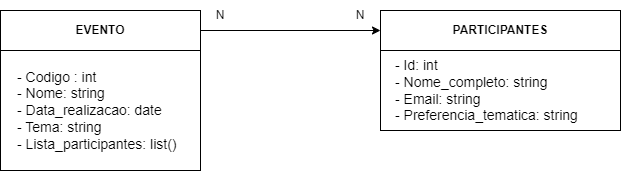
Above: projeto/diagramaClasse.drawio.png in RaianyMendesIF/algoritmos_logica_de_programacao (draw.io), before the change. Source tidied: cells renumbered, new cells last; positions are measured from the earlier drawing's top-left corner, leaving out a move shared by most shapes.
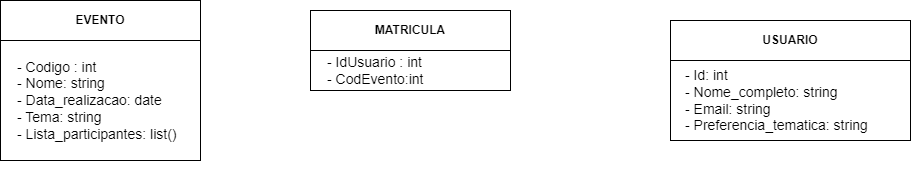
After the commit.

The edit, as a diff of the source:
```diff
@@ -3,7 +3,7 @@
     <mxCell id="0" />
     <mxCell id="1" parent="0" />
     <mxCell id="2" style="group;" parent="1" vertex="1">
-      <mxGeometry y="10" width="200" height="160" as="geometry" />
+      <mxGeometry x="-110" width="200" height="160" as="geometry" />
     </mxCell>
     <mxCell id="3" value="EVENTO" style="rounded=0;whiteSpace=wrap;html=1;fontStyle=1;" parent="2" vertex="1">
       <mxGeometry width="200" height="40" as="geometry" />
@@ -14,13 +14,10 @@
     <mxCell id="5" value="&lt;div&gt;&lt;span style=&quot;background-color: transparent;&quot;&gt;- Codigo : int&lt;/span&gt;&lt;/div&gt;&lt;span style=&quot;background-color: transparent;&quot;&gt;- Nome: string&lt;/span&gt;&lt;br&gt;&lt;span style=&quot;background-color: transparent;&quot;&gt;- Data_realizacao: date&lt;/span&gt;&lt;br&gt;&lt;span style=&quot;background-color: transparent;&quot;&gt;- Tema: string&lt;/span&gt;&lt;br&gt;&lt;span style=&quot;background-color: transparent;&quot;&gt;- Lista_participantes: list()&lt;/span&gt;" style="text;html=1;align=left;verticalAlign=middle;whiteSpace=wrap;rounded=0;fontSize=14;fontColor=#000000;" parent="2" vertex="1">
       <mxGeometry x="15" y="57.5" width="170" height="85" as="geometry" />
     </mxCell>
-    <mxCell id="6" style="edgeStyle=none;html=1;exitX=1;exitY=0.5;exitDx=0;exitDy=0;entryX=0;entryY=0.5;entryDx=0;entryDy=0;" parent="1" edge="1" source="3" target="8">
-      <mxGeometry relative="1" as="geometry" />
-    </mxCell>
     <mxCell id="7" style="group;" parent="1" vertex="1">
-      <mxGeometry x="380" y="10" width="240" height="120" as="geometry" />
+      <mxGeometry x="560" y="20" width="240" height="120" as="geometry" />
     </mxCell>
-    <mxCell id="8" value="PARTICIPANTES" style="rounded=0;whiteSpace=wrap;html=1;fontStyle=1;" parent="7" vertex="1">
+    <mxCell id="8" value="USUA&lt;span style=&quot;background-color: transparent;&quot;&gt;RIO&lt;/span&gt;" style="rounded=0;whiteSpace=wrap;html=1;fontStyle=1;" parent="7" vertex="1">
       <mxGeometry width="240" height="40" as="geometry" />
     </mxCell>
     <mxCell id="9" style="rounded=0;whiteSpace=wrap;html=1;" parent="7" vertex="1">
@@ -29,11 +26,17 @@
     <mxCell id="10" value="&lt;div&gt;&lt;span style=&quot;background-color: transparent;&quot;&gt;- Id: int&lt;/span&gt;&lt;/div&gt;&lt;span style=&quot;background-color: transparent;&quot;&gt;- Nome_completo: string&lt;/span&gt;&lt;br&gt;&lt;span style=&quot;background-color: transparent;&quot;&gt;- Email: string&lt;/span&gt;&lt;br&gt;&lt;span style=&quot;background-color: transparent;&quot;&gt;- Preferencia_tematica: string&lt;/span&gt;" style="text;html=1;align=left;verticalAlign=middle;whiteSpace=wrap;rounded=0;fontSize=14;fontColor=#000000;" parent="7" vertex="1">
       <mxGeometry x="12.5" y="45" width="215" height="70" as="geometry" />
     </mxCell>
-    <mxCell id="11" value="N" style="text;html=1;align=center;verticalAlign=middle;whiteSpace=wrap;rounded=0;" parent="1" vertex="1">
-      <mxGeometry x="330" width="60" height="30" as="geometry" />
-    </mxCell>
-    <mxCell id="12" value="N" style="text;html=1;align=center;verticalAlign=middle;whiteSpace=wrap;rounded=0;" parent="1" vertex="1">
-      <mxGeometry x="190" width="60" height="30" as="geometry" />
-    </mxCell>
+    <mxCell id="13" style="group;" parent="1" vertex="1">
+      <mxGeometry x="200" y="10" width="200" height="160" as="geometry" />
+    </mxCell>
+    <mxCell id="14" value="MATRICULA" style="rounded=0;whiteSpace=wrap;html=1;fontStyle=1;" parent="13" vertex="1">
+      <mxGeometry width="200" height="40" as="geometry" />
+    </mxCell>
+    <mxCell id="15" style="rounded=0;whiteSpace=wrap;html=1;" parent="13" vertex="1">
+      <mxGeometry y="40" width="200" height="40" as="geometry" />
+    </mxCell>
+    <mxCell id="16" value="&lt;div&gt;&lt;span style=&quot;background-color: transparent;&quot;&gt;- IdUsuario : int&lt;/span&gt;&lt;/div&gt;&lt;span style=&quot;background-color: transparent;&quot;&gt;- CodEvento:int&lt;/span&gt;" style="text;html=1;align=left;verticalAlign=middle;whiteSpace=wrap;rounded=0;fontSize=14;fontColor=#000000;" parent="13" vertex="1">
+      <mxGeometry x="15" y="40" width="170" height="40" as="geometry" />
+    </mxCell>
   </root>
 </mxGraphModel>
```
